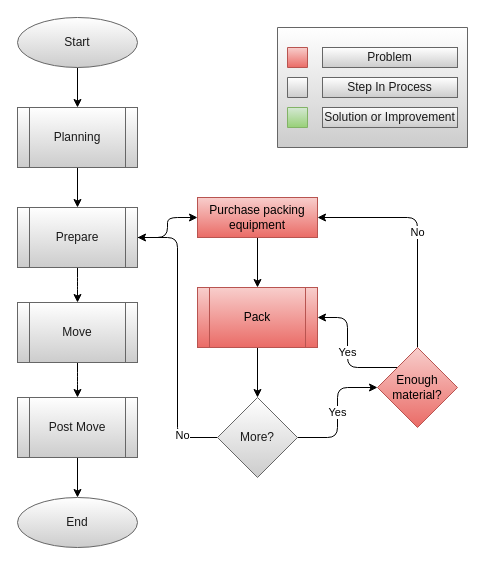
Earlier version of the draw.io diagram page "Prepare" (2 of 4) of Documents/flow_diagrams/Problem_Flow.drawio (LP-76/load.in). Source tidied: cells renumbered, new cells numbered last; positions are measured from the earlier drawing's top-left corner, leaving out a move shared by most shapes. Both pictures are drawn from the tidied source at 100%, with x=0, y=0 at pixel (17, 17).
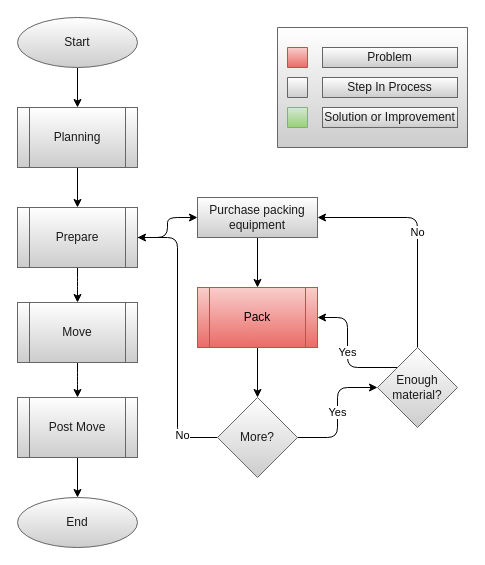
The same page after the edit.

The edit, as a diff of the source:
```diff
@@
-    <mxCell id="3" value="Purchase packing equipment" style="whiteSpace=wrap;html=1;fontSize=12;strokeColor=#b85450;fillColor=#f8cecc;gradientColor=#ea6b66;" parent="1" vertex="1">
+    <mxCell id="3" value="Purchase packing equipment" style="whiteSpace=wrap;html=1;fontSize=12;strokeColor=#666666;fillColor=#FFFFFF;gradientColor=#CCCCCC;fontColor=#1A1A1A;" parent="1" vertex="1">
       <mxGeometry x="180" y="180" width="120" height="40" as="geometry" />
     </mxCell>
@@
-    <mxCell id="11" value="Enough material?" style="rhombus;whiteSpace=wrap;html=1;strokeColor=#b85450;fillColor=#f8cecc;gradientColor=#ea6b66;" parent="1" vertex="1">
+    <mxCell id="11" value="Enough material?" style="rhombus;whiteSpace=wrap;html=1;strokeColor=#666666;fillColor=#FFFFFF;gradientColor=#CCCCCC;fontColor=#1A1A1A;" parent="1" vertex="1">
       <mxGeometry x="360" y="330" width="80" height="80" as="geometry" />
     </mxCell>
```
